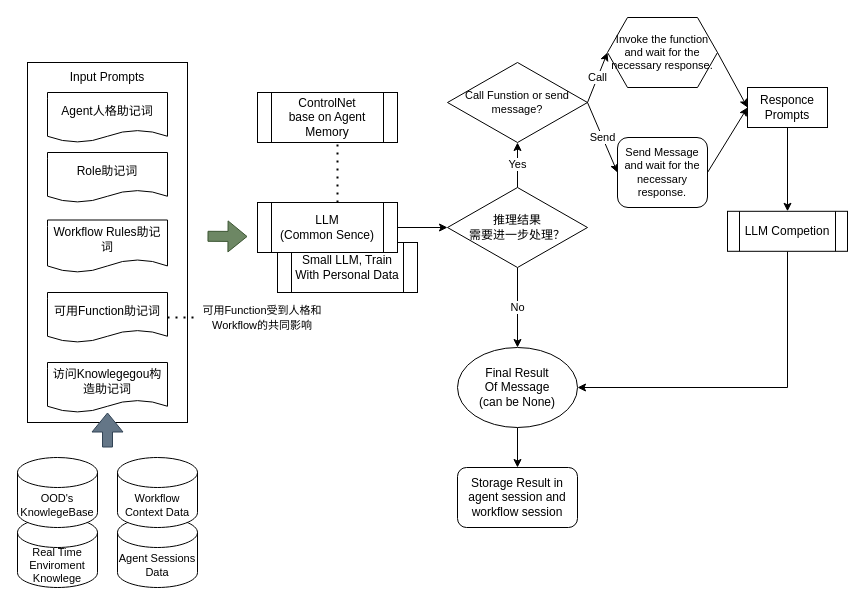
Earlier version of the draw.io diagram page "Page-3" (3 of 3) of doc/mvp/workflow.drawio (fiatrete/OpenDAN-Personal-AI-OS). Source tidied: cells renumbered, new cells numbered last; positions are measured from the earlier drawing's top-left corner, leaving out a move shared by most shapes. Both pictures are drawn from the tidied source at 100%, with x=0, y=0 at pixel (17, 17).
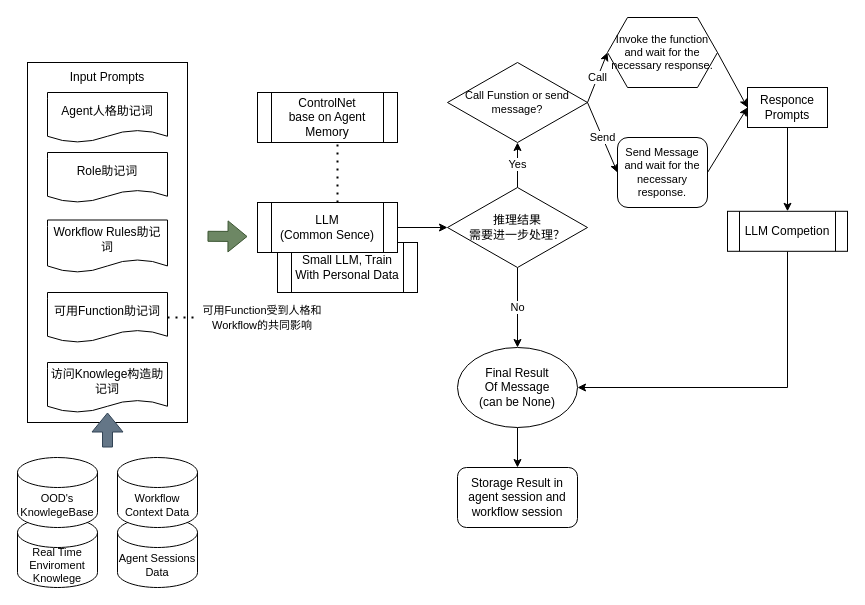
Above is the later version.

Change to the diagram source:
```diff
@@
-    <mxCell id="11" value="访问Knowlegegou构造助记词" style="shape=document;whiteSpace=wrap;html=1;boundedLbl=1;size=0.25;" parent="1" vertex="1">
+    <mxCell id="11" value="访问Knowlege构造助记词" style="shape=document;whiteSpace=wrap;html=1;boundedLbl=1;size=0.25;" parent="1" vertex="1">
       <mxGeometry x="30" y="345" width="120" height="50" as="geometry" />
     </mxCell>
```
